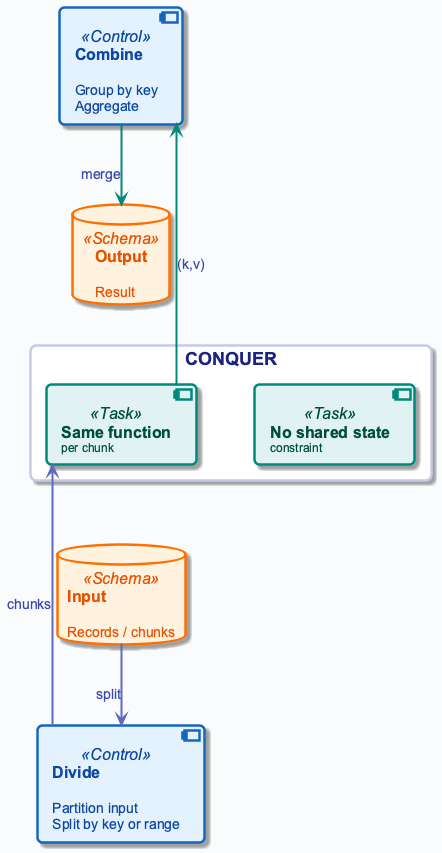
This is diagrams/week03/week3_divide_conquer.png from OrPerets/data-engineering-course, a PlantUML export, as it was before one commit.
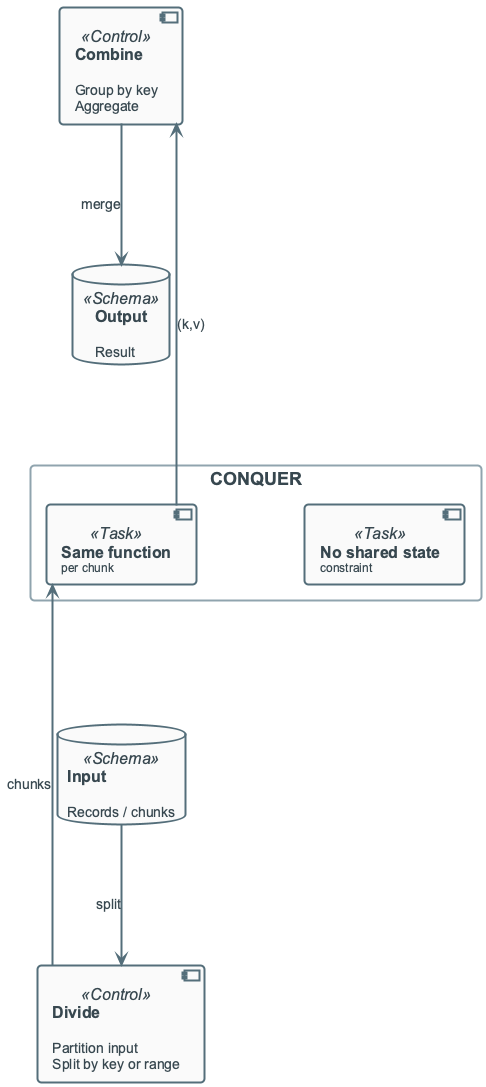
The same file after the commit.

Diff of the diagram source:
```diff
@@ -16,9 +16,9 @@
 
 database "**Output**\n\n<size:14>Result</size>" as OUT <<Schema>>
 
-INP -right[#5C6BC0,thickness=2]-> DIV : <color:#3949AB>split</color>
-DIV -right[#5C6BC0,thickness=2]-> C1 : <color:#3949AB>chunks</color>
-C1 -right[#00897B,thickness=2]-> COMB : <color:#3949AB>(k,v)</color>
-COMB -right[#00897B,thickness=2]-> OUT : <color:#3949AB>merge</color>
+INP -right-> DIV : split
+DIV -right-> C1 : chunks
+C1 -right-> COMB : (k,v)
+COMB -right-> OUT : merge
 
 @enduml
```
